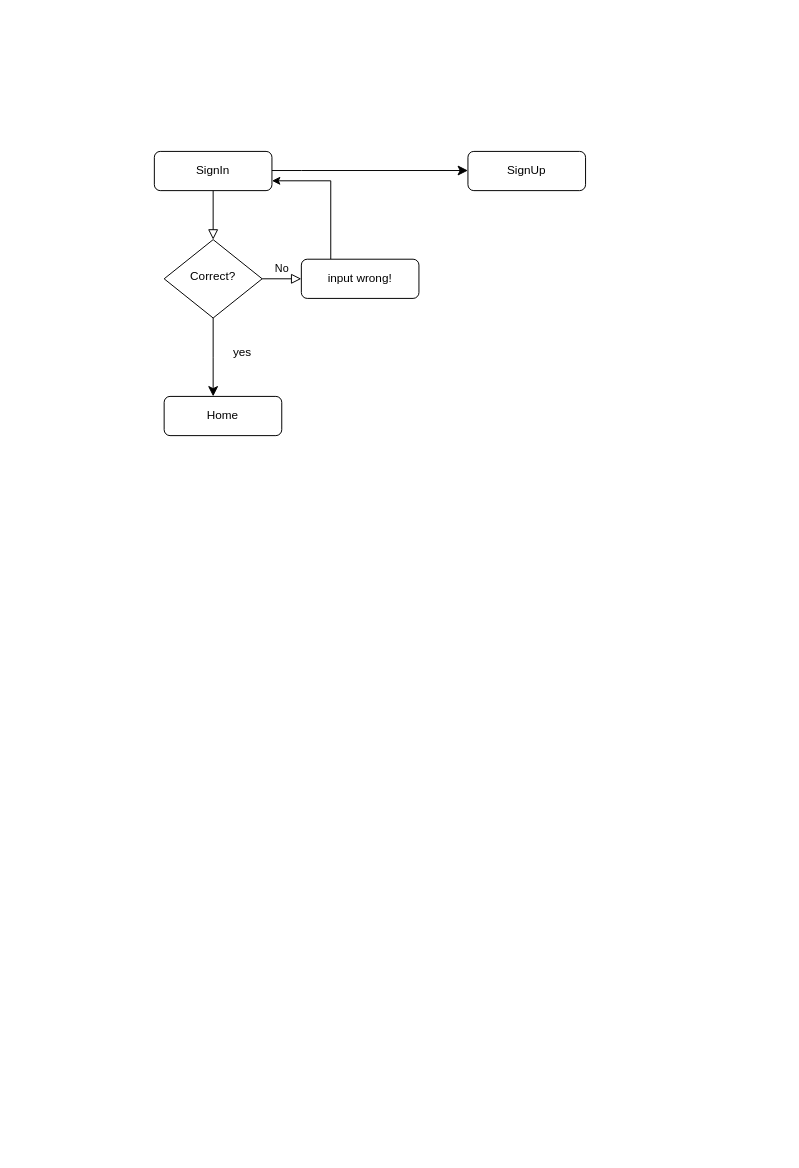
The draw.io diagram userflow.drawio in unknownplayerintheworld/demoGitBash, before the edit. Source tidied: cells renumbered, new cells numbered last; positions are measured from the earlier drawing's top-left corner, leaving out a move shared by most shapes. Both pictures are drawn from the tidied source at 98%, with x=0, y=0 at pixel (154, 151).
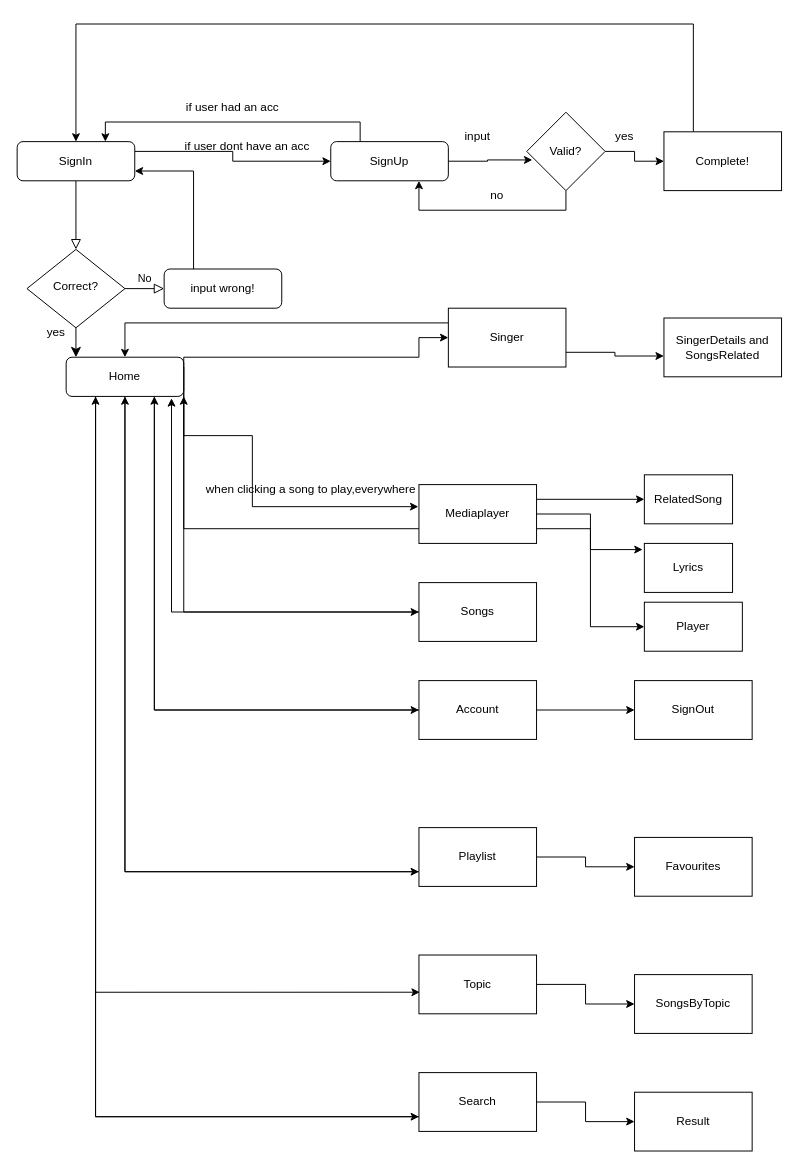
Above is the later version.

Change to the diagram source:
```diff
@@
+    <mxCell id="13" style="edgeStyle=orthogonalEdgeStyle;rounded=0;jettySize=auto;html=1;exitX=1;exitY=0.25;exitDx=0;exitDy=0;entryX=0;entryY=0.5;entryDx=0;entryDy=0;" parent="1" edge="1" source="3" target="12">
+      <mxGeometry relative="1" as="geometry" />
+    </mxCell>
     <mxCell id="3" value="SignIn" style="rounded=1;whiteSpace=wrap;html=1;fontSize=12;glass=0;strokeWidth=1;shadow=0;" parent="1" vertex="1">
-      <mxGeometry width="120" height="40" as="geometry" />
+      <mxGeometry x="-140" y="-10" width="120" height="40" as="geometry" />
     </mxCell>
@@
     <mxCell id="5" value="Correct?" style="rhombus;whiteSpace=wrap;html=1;shadow=0;fontFamily=Helvetica;fontSize=12;align=center;strokeWidth=1;spacing=6;spacingTop=-4;" parent="1" vertex="1">
-      <mxGeometry x="10" y="90" width="100" height="80" as="geometry" />
+      <mxGeometry x="-130" y="100" width="100" height="80" as="geometry" />
     </mxCell>
@@
     <mxCell id="7" value="input wrong!" style="rounded=1;whiteSpace=wrap;html=1;fontSize=12;glass=0;strokeWidth=1;shadow=0;" parent="1" vertex="1">
-      <mxGeometry x="150" y="110" width="120" height="40" as="geometry" />
+      <mxGeometry x="10" y="120" width="120" height="40" as="geometry" />
     </mxCell>
@@
     <mxCell id="9" value="yes" style="text;html=1;strokeColor=none;fillColor=none;align=center;verticalAlign=middle;whiteSpace=wrap;rounded=0;" parent="1" vertex="1">
-      <mxGeometry x="60" y="190" width="60" height="30" as="geometry" />
+      <mxGeometry x="-130" y="170" width="60" height="30" as="geometry" />
     </mxCell>
+    <mxCell id="14" style="edgeStyle=orthogonalEdgeStyle;rounded=0;jettySize=auto;html=1;exitX=1;exitY=0;exitDx=0;exitDy=0;entryX=0;entryY=0.5;entryDx=0;entryDy=0;" parent="1" edge="1" source="10" target="21">
+      <mxGeometry relative="1" as="geometry">
+        <Array as="points">
+          <mxPoint x="270" y="210" />
+        </Array>
+      </mxGeometry>
+    </mxCell>
+    <mxCell id="15" style="edgeStyle=orthogonalEdgeStyle;rounded=0;jettySize=auto;html=1;exitX=1;exitY=0.25;exitDx=0;exitDy=0;entryX=0;entryY=0.5;entryDx=0;entryDy=0;" parent="1" edge="1" source="10" target="22">
+      <mxGeometry relative="1" as="geometry">
+        <Array as="points">
+          <mxPoint x="30" y="470" />
+        </Array>
+      </mxGeometry>
+    </mxCell>
+    <mxCell id="16" style="edgeStyle=orthogonalEdgeStyle;rounded=0;jettySize=auto;html=1;exitX=0.75;exitY=1;exitDx=0;exitDy=0;entryX=0;entryY=0.5;entryDx=0;entryDy=0;" parent="1" edge="1" source="10" target="25">
+      <mxGeometry relative="1" as="geometry" />
+    </mxCell>
+    <mxCell id="17" style="edgeStyle=orthogonalEdgeStyle;rounded=0;jettySize=auto;html=1;exitX=0.5;exitY=1;exitDx=0;exitDy=0;entryX=0;entryY=0.75;entryDx=0;entryDy=0;" parent="1" edge="1" source="10" target="28">
+      <mxGeometry relative="1" as="geometry" />
+    </mxCell>
+    <mxCell id="18" style="edgeStyle=orthogonalEdgeStyle;rounded=0;jettySize=auto;html=1;exitX=0.25;exitY=1;exitDx=0;exitDy=0;entryX=0;entryY=0.75;entryDx=0;entryDy=0;" parent="1" edge="1" source="10" target="37">
+      <mxGeometry relative="1" as="geometry" />
+    </mxCell>
     <mxCell id="10" value="Home" style="rounded=1;whiteSpace=wrap;html=1;fontSize=12;glass=0;strokeWidth=1;shadow=0;" parent="1" vertex="1">
-      <mxGeometry x="10" y="250" width="120" height="40" as="geometry" />
+      <mxGeometry x="-90" y="210" width="120" height="40" as="geometry" />
     </mxCell>
-    <mxCell id="11" style="edgeStyle=segmentEdgeStyle;endArrow=classic;html=1;curved=0;rounded=0;endSize=8;startSize=8;" parent="1" edge="1">
-      <mxGeometry relative="1" as="geometry">
-        <mxPoint x="120" y="19.5" as="sourcePoint" />
-        <mxPoint x="320" y="19.5" as="targetPoint" />
-        <Array as="points">
-          <mxPoint x="150" y="19" />
-        </Array>
-      </mxGeometry>
-    </mxCell>
+    <mxCell id="19" style="edgeStyle=orthogonalEdgeStyle;rounded=0;jettySize=auto;html=1;exitX=0.25;exitY=0;exitDx=0;exitDy=0;entryX=0.75;entryY=0;entryDx=0;entryDy=0;" parent="1" edge="1" source="12" target="3">
+      <mxGeometry relative="1" as="geometry" />
+    </mxCell>
     <mxCell id="12" value="SignUp" style="rounded=1;whiteSpace=wrap;html=1;fontSize=12;glass=0;strokeWidth=1;shadow=0;" parent="1" vertex="1">
-      <mxGeometry x="320" width="120" height="40" as="geometry" />
+      <mxGeometry x="180" y="-10" width="120" height="40" as="geometry" />
     </mxCell>
+    <mxCell id="20" style="edgeStyle=orthogonalEdgeStyle;rounded=0;jettySize=auto;html=1;exitX=0;exitY=0.25;exitDx=0;exitDy=0;entryX=0.5;entryY=0;entryDx=0;entryDy=0;" parent="1" edge="1" source="21" target="10">
+      <mxGeometry relative="1" as="geometry" />
+    </mxCell>
+    <mxCell id="21" value="Singer" style="rounded=0;whiteSpace=wrap;html=1;" parent="1" vertex="1">
+      <mxGeometry x="300" y="160" width="120" height="60" as="geometry" />
+    </mxCell>
+    <mxCell id="22" value="Songs" style="rounded=0;whiteSpace=wrap;html=1;" parent="1" vertex="1">
+      <mxGeometry x="270" y="440" width="120" height="60" as="geometry" />
+    </mxCell>
+    <mxCell id="23" style="edgeStyle=orthogonalEdgeStyle;rounded=0;jettySize=auto;html=1;exitX=1;exitY=0.5;exitDx=0;exitDy=0;" parent="1" edge="1" source="25" target="29">
+      <mxGeometry relative="1" as="geometry" />
+    </mxCell>
+    <mxCell id="24" style="edgeStyle=orthogonalEdgeStyle;rounded=0;jettySize=auto;html=1;exitX=0;exitY=0.5;exitDx=0;exitDy=0;entryX=0.75;entryY=1;entryDx=0;entryDy=0;" parent="1" edge="1" source="25" target="10">
+      <mxGeometry relative="1" as="geometry" />
+    </mxCell>
+    <mxCell id="25" value="Account" style="rounded=0;whiteSpace=wrap;html=1;" parent="1" vertex="1">
+      <mxGeometry x="270" y="540" width="120" height="60" as="geometry" />
+    </mxCell>
+    <mxCell id="26" style="edgeStyle=orthogonalEdgeStyle;rounded=0;jettySize=auto;html=1;exitX=1;exitY=0.5;exitDx=0;exitDy=0;" parent="1" edge="1" source="28" target="30">
+      <mxGeometry relative="1" as="geometry" />
+    </mxCell>
+    <mxCell id="27" style="edgeStyle=orthogonalEdgeStyle;rounded=0;jettySize=auto;html=1;exitX=0;exitY=0.75;exitDx=0;exitDy=0;entryX=0.5;entryY=1;entryDx=0;entryDy=0;" parent="1" edge="1" source="28" target="10">
+      <mxGeometry relative="1" as="geometry" />
+    </mxCell>
+    <mxCell id="28" value="Playlist" style="rounded=0;whiteSpace=wrap;html=1;" parent="1" vertex="1">
+      <mxGeometry x="270" y="690" width="120" height="60" as="geometry" />
+    </mxCell>
+    <mxCell id="29" value="SignOut" style="rounded=0;whiteSpace=wrap;html=1;" parent="1" vertex="1">
+      <mxGeometry x="490" y="540" width="120" height="60" as="geometry" />
+    </mxCell>
+    <mxCell id="30" value="Favourites" style="rounded=0;whiteSpace=wrap;html=1;" parent="1" vertex="1">
+      <mxGeometry x="490" y="700" width="120" height="60" as="geometry" />
+    </mxCell>
+    <mxCell id="31" style="edgeStyle=orthogonalEdgeStyle;rounded=0;jettySize=auto;html=1;exitX=1;exitY=0.5;exitDx=0;exitDy=0;entryX=0;entryY=0.5;entryDx=0;entryDy=0;" parent="1" edge="1" source="32" target="34">
+      <mxGeometry relative="1" as="geometry" />
+    </mxCell>
+    <mxCell id="32" value="Topic" style="rounded=0;whiteSpace=wrap;html=1;" parent="1" vertex="1">
+      <mxGeometry x="270" y="820" width="120" height="60" as="geometry" />
+    </mxCell>
+    <mxCell id="33" style="edgeStyle=orthogonalEdgeStyle;rounded=0;jettySize=auto;html=1;exitX=0.25;exitY=1;exitDx=0;exitDy=0;entryX=0.007;entryY=0.633;entryDx=0;entryDy=0;entryPerimeter=0;" parent="1" edge="1" source="10" target="32">
+      <mxGeometry relative="1" as="geometry" />
+    </mxCell>
+    <mxCell id="34" value="SongsByTopic" style="rounded=0;whiteSpace=wrap;html=1;" parent="1" vertex="1">
+      <mxGeometry x="490" y="840" width="120" height="60" as="geometry" />
+    </mxCell>
+    <mxCell id="35" style="edgeStyle=orthogonalEdgeStyle;rounded=0;jettySize=auto;html=1;exitX=1;exitY=0.5;exitDx=0;exitDy=0;entryX=0;entryY=0.5;entryDx=0;entryDy=0;" parent="1" edge="1" source="37" target="38">
+      <mxGeometry relative="1" as="geometry" />
+    </mxCell>
+    <mxCell id="36" style="edgeStyle=orthogonalEdgeStyle;rounded=0;jettySize=auto;html=1;exitX=0;exitY=0.75;exitDx=0;exitDy=0;entryX=0.25;entryY=1;entryDx=0;entryDy=0;" parent="1" edge="1" source="37" target="10">
+      <mxGeometry relative="1" as="geometry" />
+    </mxCell>
+    <mxCell id="37" value="Search" style="rounded=0;whiteSpace=wrap;html=1;" parent="1" vertex="1">
+      <mxGeometry x="270" y="940" width="120" height="60" as="geometry" />
+    </mxCell>
+    <mxCell id="38" value="Result" style="rounded=0;whiteSpace=wrap;html=1;" parent="1" vertex="1">
+      <mxGeometry x="490" y="960" width="120" height="60" as="geometry" />
+    </mxCell>
+    <mxCell id="39" style="edgeStyle=orthogonalEdgeStyle;rounded=0;jettySize=auto;html=1;exitX=1;exitY=0.25;exitDx=0;exitDy=0;entryX=0;entryY=0.5;entryDx=0;entryDy=0;" parent="1" edge="1" source="42" target="49">
+      <mxGeometry relative="1" as="geometry" />
+    </mxCell>
+    <mxCell id="40" style="edgeStyle=orthogonalEdgeStyle;rounded=0;jettySize=auto;html=1;exitX=1;exitY=0.75;exitDx=0;exitDy=0;entryX=0;entryY=0.5;entryDx=0;entryDy=0;" parent="1" edge="1" source="42" target="51">
+      <mxGeometry relative="1" as="geometry" />
+    </mxCell>
+    <mxCell id="41" style="edgeStyle=orthogonalEdgeStyle;rounded=0;jettySize=auto;html=1;exitX=0;exitY=0.75;exitDx=0;exitDy=0;entryX=1;entryY=1;entryDx=0;entryDy=0;" parent="1" edge="1" source="42" target="10">
+      <mxGeometry relative="1" as="geometry" />
+    </mxCell>
+    <mxCell id="42" value="Mediaplayer" style="rounded=0;whiteSpace=wrap;html=1;" parent="1" vertex="1">
+      <mxGeometry x="270" y="340" width="120" height="60" as="geometry" />
+    </mxCell>
+    <mxCell id="43" style="edgeStyle=orthogonalEdgeStyle;rounded=0;jettySize=auto;html=1;exitX=1;exitY=0;exitDx=0;exitDy=0;entryX=-0.005;entryY=0.375;entryDx=0;entryDy=0;entryPerimeter=0;" parent="1" edge="1" source="10" target="42">
+      <mxGeometry relative="1" as="geometry">
+        <Array as="points">
+          <mxPoint x="30" y="290" />
+          <mxPoint x="100" y="290" />
+          <mxPoint x="100" y="363" />
+        </Array>
+      </mxGeometry>
+    </mxCell>
+    <mxCell id="44" value="when clicking a song to play,everywhere" style="text;html=1;strokeColor=none;fillColor=none;align=center;verticalAlign=middle;whiteSpace=wrap;rounded=0;" parent="1" vertex="1">
+      <mxGeometry x="50" y="330" width="220" height="30" as="geometry" />
+    </mxCell>
+    <mxCell id="45" value="if user dont have an acc" style="text;html=1;strokeColor=none;fillColor=none;align=center;verticalAlign=middle;whiteSpace=wrap;rounded=0;" parent="1" vertex="1">
+      <mxGeometry x="30" y="-20" width="130" height="30" as="geometry" />
+    </mxCell>
+    <mxCell id="46" value="if user had an acc" style="text;html=1;strokeColor=none;fillColor=none;align=center;verticalAlign=middle;whiteSpace=wrap;rounded=0;" parent="1" vertex="1">
+      <mxGeometry x="30" y="-60" width="100" height="30" as="geometry" />
+    </mxCell>
+    <mxCell id="47" value="SingerDetails and SongsRelated" style="rounded=0;whiteSpace=wrap;html=1;" parent="1" vertex="1">
+      <mxGeometry x="520" y="170" width="120" height="60" as="geometry" />
+    </mxCell>
+    <mxCell id="48" style="edgeStyle=orthogonalEdgeStyle;rounded=0;jettySize=auto;html=1;exitX=1;exitY=0.75;exitDx=0;exitDy=0;entryX=-0.001;entryY=0.646;entryDx=0;entryDy=0;entryPerimeter=0;" parent="1" edge="1" source="21" target="47">
+      <mxGeometry relative="1" as="geometry" />
+    </mxCell>
+    <mxCell id="49" value="RelatedSong" style="rounded=0;whiteSpace=wrap;html=1;" parent="1" vertex="1">
+      <mxGeometry x="500" y="330" width="90" height="50" as="geometry" />
+    </mxCell>
+    <mxCell id="50" value="Lyrics" style="rounded=0;whiteSpace=wrap;html=1;" parent="1" vertex="1">
+      <mxGeometry x="500" y="400" width="90" height="50" as="geometry" />
+    </mxCell>
+    <mxCell id="51" value="Player" style="rounded=0;whiteSpace=wrap;html=1;" parent="1" vertex="1">
+      <mxGeometry x="500" y="460" width="100" height="50" as="geometry" />
+    </mxCell>
+    <mxCell id="52" style="edgeStyle=orthogonalEdgeStyle;rounded=0;jettySize=auto;html=1;exitX=1;exitY=0.5;exitDx=0;exitDy=0;entryX=-0.02;entryY=0.126;entryDx=0;entryDy=0;entryPerimeter=0;" parent="1" edge="1" source="42" target="50">
+      <mxGeometry relative="1" as="geometry" />
+    </mxCell>
+    <mxCell id="53" style="edgeStyle=orthogonalEdgeStyle;rounded=0;jettySize=auto;html=1;exitX=1;exitY=0.5;exitDx=0;exitDy=0;entryX=0;entryY=0.5;entryDx=0;entryDy=0;" parent="1" edge="1" source="55" target="59">
+      <mxGeometry relative="1" as="geometry" />
+    </mxCell>
+    <mxCell id="54" style="edgeStyle=orthogonalEdgeStyle;rounded=0;jettySize=auto;html=1;exitX=0.5;exitY=1;exitDx=0;exitDy=0;entryX=0.75;entryY=1;entryDx=0;entryDy=0;" parent="1" edge="1" source="55" target="12">
+      <mxGeometry relative="1" as="geometry" />
+    </mxCell>
+    <mxCell id="55" value="Valid?" style="rhombus;whiteSpace=wrap;html=1;" parent="1" vertex="1">
+      <mxGeometry x="380" y="-40" width="80" height="80" as="geometry" />
+    </mxCell>
+    <mxCell id="56" style="edgeStyle=orthogonalEdgeStyle;rounded=0;jettySize=auto;html=1;exitX=1;exitY=0.5;exitDx=0;exitDy=0;entryX=0.071;entryY=0.609;entryDx=0;entryDy=0;entryPerimeter=0;" parent="1" edge="1" source="12" target="55">
+      <mxGeometry relative="1" as="geometry" />
+    </mxCell>
+    <mxCell id="57" value="input" style="text;html=1;strokeColor=none;fillColor=none;align=center;verticalAlign=middle;whiteSpace=wrap;rounded=0;" parent="1" vertex="1">
+      <mxGeometry x="300" y="-30" width="60" height="30" as="geometry" />
+    </mxCell>
+    <mxCell id="58" style="edgeStyle=orthogonalEdgeStyle;rounded=0;jettySize=auto;html=1;exitX=0.25;exitY=0;exitDx=0;exitDy=0;entryX=0.5;entryY=0;entryDx=0;entryDy=0;" parent="1" edge="1" source="59" target="3">
+      <mxGeometry relative="1" as="geometry">
+        <Array as="points">
+          <mxPoint x="550" y="-130" />
+          <mxPoint x="-80" y="-130" />
+        </Array>
+      </mxGeometry>
+    </mxCell>
+    <mxCell id="59" value="Complete!" style="rounded=0;whiteSpace=wrap;html=1;" parent="1" vertex="1">
+      <mxGeometry x="520" y="-20" width="120" height="60" as="geometry" />
+    </mxCell>
+    <mxCell id="60" value="yes" style="text;html=1;strokeColor=none;fillColor=none;align=center;verticalAlign=middle;whiteSpace=wrap;rounded=0;" parent="1" vertex="1">
+      <mxGeometry x="450" y="-30" width="60" height="30" as="geometry" />
+    </mxCell>
+    <mxCell id="61" value="no" style="text;html=1;strokeColor=none;fillColor=none;align=center;verticalAlign=middle;whiteSpace=wrap;rounded=0;" parent="1" vertex="1">
+      <mxGeometry x="320" y="30" width="60" height="30" as="geometry" />
+    </mxCell>
+    <mxCell id="62" style="edgeStyle=orthogonalEdgeStyle;rounded=0;jettySize=auto;html=1;exitX=0;exitY=0.5;exitDx=0;exitDy=0;entryX=0.896;entryY=1.048;entryDx=0;entryDy=0;entryPerimeter=0;" parent="1" edge="1" source="22" target="10">
+      <mxGeometry relative="1" as="geometry" />
+    </mxCell>
```
